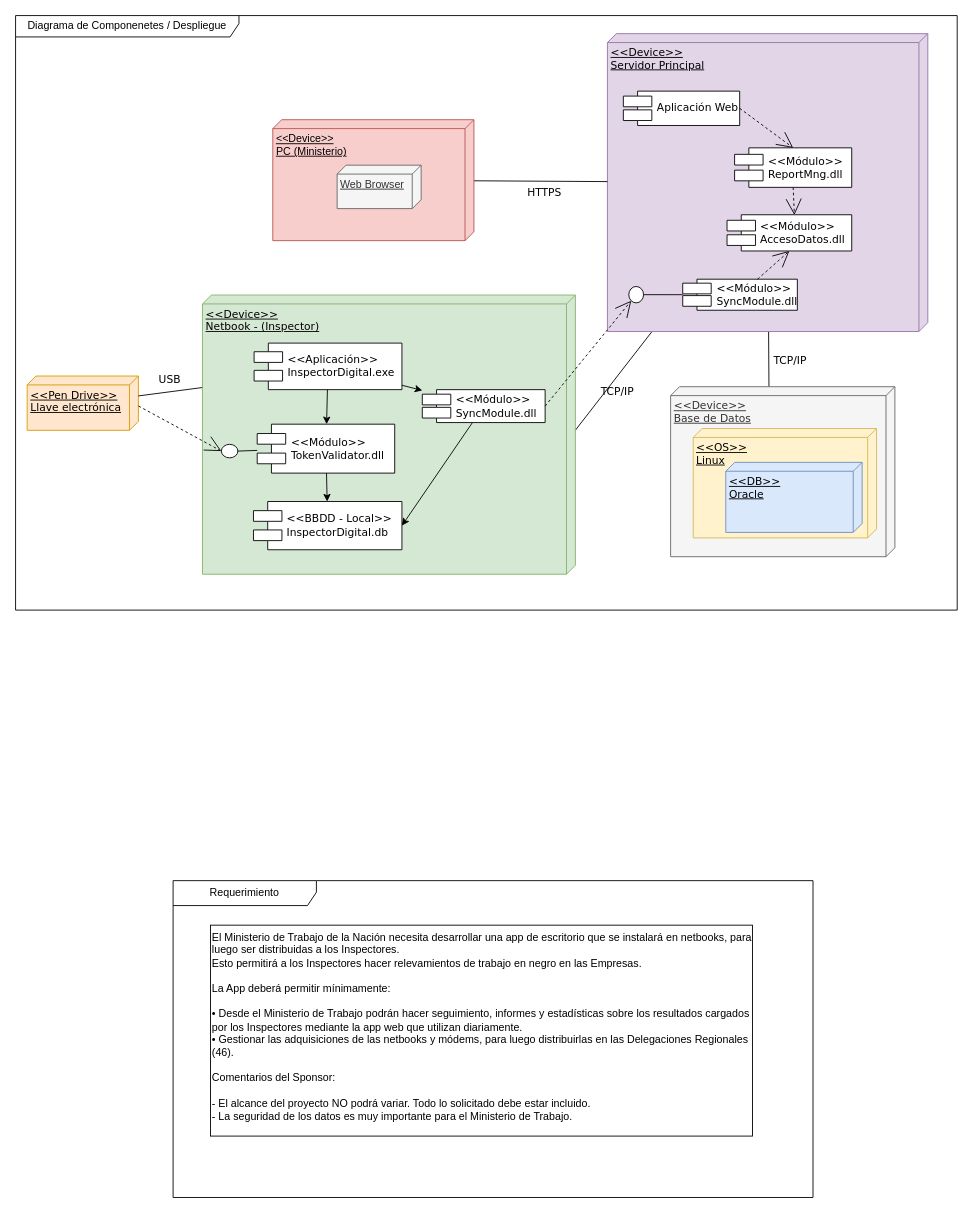
Before: INSPECTOR DIGITAL - COMPONENTS.drawio in jdeiros/TP-Integrador-Gestion2021, a draw.io diagram. Source tidied: cells renumbered, new cells numbered last; positions are measured from the earlier drawing's top-left corner, leaving out a move shared by most shapes. Both pictures are drawn from the tidied source at 89%, with x=0, y=0 at pixel (15, 15).
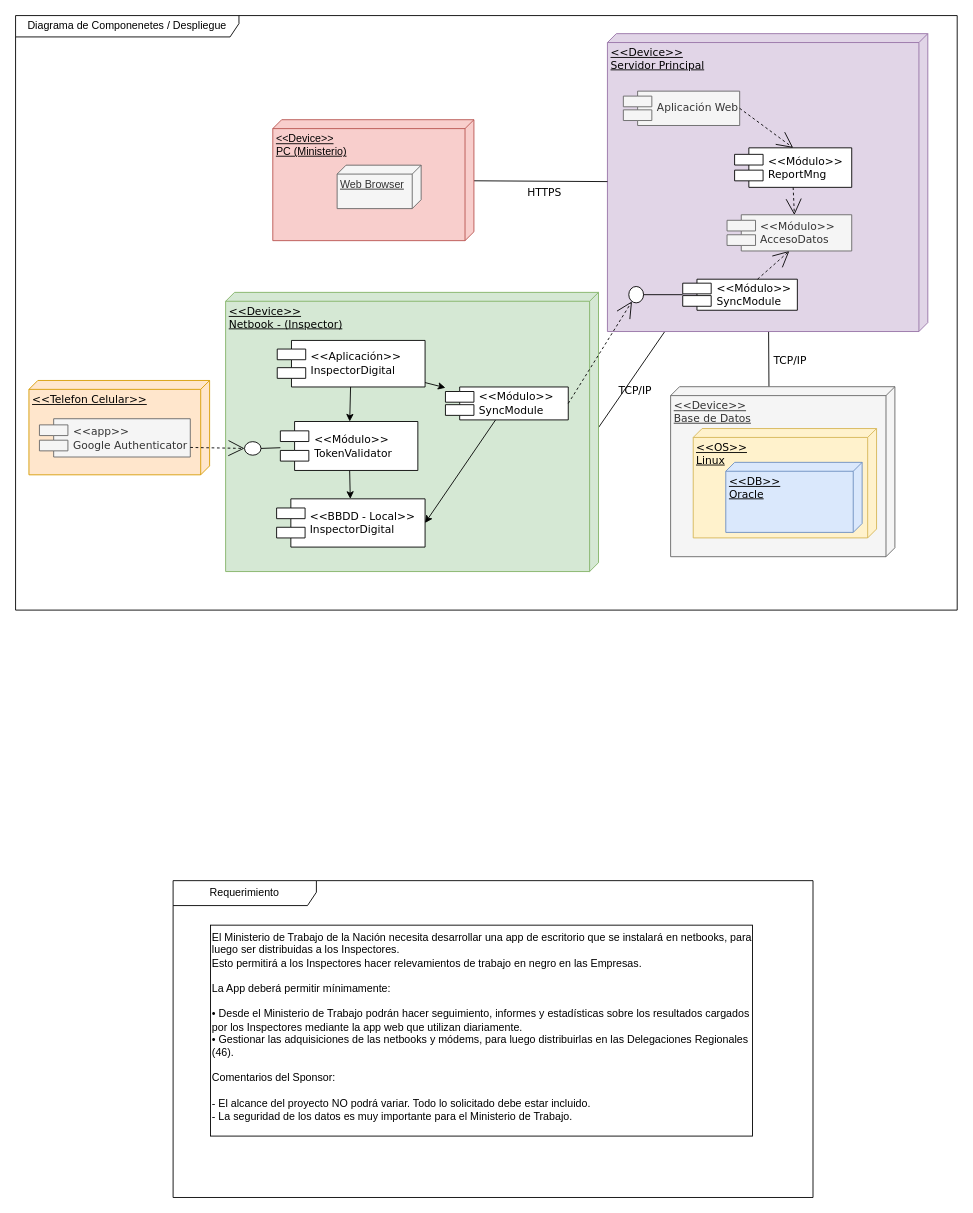
After the change.

The change refers to these unchanged cells:
```xml
<mxCell id="8" style="group;" parent="7" vertex="1">
  <mxGeometry width="313" height="300" as="geometry" />
</mxCell>
<mxCell id="25" style="group;" parent="24" vertex="1">
  <mxGeometry width="419" height="313.7" as="geometry" />
</mxCell>
<mxCell id="30" style="group;" parent="29" vertex="1">
  <mxGeometry width="419" height="313.7" as="geometry" />
</mxCell>
<mxCell id="31" value="&amp;lt;&amp;lt;Device&amp;gt;&amp;gt;&lt;br&gt;Netbook - (Inspector)" style="verticalAlign=top;align=left;spacingTop=8;spacingLeft=2;spacingRight=12;shape=cube;size=10;direction=south;fontStyle=4;html=1;rounded=0;shadow=0;comic=0;labelBackgroundColor=none;strokeWidth=1;fontFamily=Verdana;fontSize=12;fillColor=#d5e8d4;strokeColor=#82b366;" parent="30" vertex="1">
  <mxGeometry width="419" height="313.7" as="geometry" />
</mxCell>
<mxCell id="37" style="ellipse;whiteSpace=wrap;html=1;rounded=0;shadow=0;comic=0;labelBackgroundColor=none;strokeWidth=1;fontFamily=Verdana;fontSize=12;align=center;rotation=-90;" parent="30" vertex="1">
  <mxGeometry x="22.9" y="166.1" width="15.2" height="18.5" as="geometry" />
</mxCell>
```

Diff of the diagram source:
```diff
@@
-    <mxCell id="3" value="&amp;lt;&amp;lt;Pen Drive&amp;gt;&amp;gt;&lt;br&gt;Llave electrónica" style="verticalAlign=top;align=left;spacingTop=8;spacingLeft=2;spacingRight=12;shape=cube;size=10;direction=south;fontStyle=4;html=1;rounded=0;shadow=0;comic=0;labelBackgroundColor=none;strokeWidth=1;fontFamily=Verdana;fontSize=12;fillColor=#ffe6cc;strokeColor=#d79b00;" parent="1" vertex="1">
-      <mxGeometry x="13" y="405" width="125" height="61" as="geometry" />
-    </mxCell>
-    <mxCell id="4" value="USB" style="rounded=0;html=1;labelBackgroundColor=none;startArrow=none;startFill=0;startSize=8;endArrow=none;endFill=0;endSize=16;fontFamily=Verdana;fontSize=12;entryX=0.328;entryY=0.981;entryDx=0;entryDy=0;entryPerimeter=0;" parent="1" edge="1" source="3" target="31">
-      <mxGeometry x="-0.09" y="14" relative="1" as="geometry" />
-    </mxCell>
@@
-    <mxCell id="10" value="&amp;lt;&amp;lt;Módulo&amp;gt;&amp;gt;&lt;br&gt;SyncModule.dll" style="shape=component;align=left;spacingLeft=36;rounded=0;shadow=0;comic=0;labelBackgroundColor=none;strokeWidth=1;fontFamily=Verdana;fontSize=12;html=1;" parent="8" vertex="1">
+    <mxCell id="10" value="&amp;lt;&amp;lt;Módulo&amp;gt;&amp;gt;&lt;br&gt;SyncModule" style="shape=component;align=left;spacingLeft=36;rounded=0;shadow=0;comic=0;labelBackgroundColor=none;strokeWidth=1;fontFamily=Verdana;fontSize=12;html=1;" parent="8" vertex="1">
       <mxGeometry x="37.6" y="241.2" width="128.8" height="34.9" as="geometry" />
     </mxCell>
@@
-    <mxCell id="12" value="&amp;lt;&amp;lt;Módulo&amp;gt;&amp;gt;&lt;br&gt;AccesoDatos.dll" style="shape=component;align=left;spacingLeft=36;rounded=0;shadow=0;comic=0;labelBackgroundColor=none;strokeWidth=1;fontFamily=Verdana;fontSize=12;html=1;" parent="8" vertex="1">
+    <mxCell id="12" value="&amp;lt;&amp;lt;Módulo&amp;gt;&amp;gt;&lt;br&gt;AccesoDatos" style="shape=component;align=left;spacingLeft=36;rounded=0;shadow=0;comic=0;labelBackgroundColor=none;strokeWidth=1;fontFamily=Verdana;fontSize=12;html=1;fillColor=#f5f5f5;strokeColor=#666666;fontColor=#333333;" parent="8" vertex="1">
       <mxGeometry x="87.4" y="168.8" width="140.1" height="40.7" as="geometry" />
     </mxCell>
@@
-    <mxCell id="14" value="Aplicación Web" style="shape=component;align=left;spacingLeft=36;rounded=0;shadow=0;comic=0;labelBackgroundColor=none;strokeWidth=1;fontFamily=Verdana;fontSize=12;html=1;" parent="8" vertex="1">
+    <mxCell id="14" value="Aplicación Web" style="shape=component;align=left;spacingLeft=36;rounded=0;shadow=0;comic=0;labelBackgroundColor=none;strokeWidth=1;fontFamily=Verdana;fontSize=12;html=1;fillColor=#f5f5f5;strokeColor=#666666;fontColor=#333333;" parent="8" vertex="1">
       <mxGeometry x="-29.1" y="29.9" width="130.7" height="38.6" as="geometry" />
     </mxCell>
-    <mxCell id="15" value="&amp;lt;&amp;lt;Módulo&amp;gt;&amp;gt;&lt;br&gt;ReportMng.dll" style="shape=component;align=left;spacingLeft=36;rounded=0;shadow=0;comic=0;labelBackgroundColor=none;strokeWidth=1;fontFamily=Verdana;fontSize=12;html=1;" parent="8" vertex="1">
+    <mxCell id="15" value="&amp;lt;&amp;lt;Módulo&amp;gt;&amp;gt;&lt;br&gt;ReportMng" style="shape=component;align=left;spacingLeft=36;rounded=0;shadow=0;comic=0;labelBackgroundColor=none;strokeWidth=1;fontFamily=Verdana;fontSize=12;html=1;" parent="8" vertex="1">
       <mxGeometry x="95.9" y="93.6" width="131.6" height="44.4" as="geometry" />
     </mxCell>
@@
     <mxCell id="23" style="group;" parent="1" vertex="1">
-      <mxGeometry x="210" y="314" width="419" height="313.7" as="geometry" />
+      <mxGeometry x="231" y="311" width="419" height="313.7" as="geometry" />
     </mxCell>
@@
     <mxCell id="26" style="group;" parent="25" vertex="1">
-      <mxGeometry width="419" height="313.7" as="geometry" />
+      <mxGeometry x="5" width="419" height="313.7" as="geometry" />
     </mxCell>
@@
-    <mxCell id="32" value="&amp;lt;&amp;lt;Aplicación&amp;gt;&amp;gt;&lt;br&gt;InspectorDigital.exe" style="shape=component;align=left;spacingLeft=36;rounded=0;shadow=0;comic=0;labelBackgroundColor=none;strokeWidth=1;fontFamily=Verdana;fontSize=12;html=1;" parent="30" vertex="1">
+    <mxCell id="32" value="&amp;lt;&amp;lt;Aplicación&amp;gt;&amp;gt;&lt;br&gt;InspectorDigital" style="shape=component;align=left;spacingLeft=36;rounded=0;shadow=0;comic=0;labelBackgroundColor=none;strokeWidth=1;fontFamily=Verdana;fontSize=12;html=1;" parent="30" vertex="1">
       <mxGeometry x="58" y="54" width="166.1" height="52.3" as="geometry" />
     </mxCell>
-    <mxCell id="33" value="&amp;lt;&amp;lt;BBDD - Local&amp;gt;&amp;gt;&lt;br&gt;InspectorDigital.db" style="shape=component;align=left;spacingLeft=36;rounded=0;shadow=0;comic=0;labelBackgroundColor=none;strokeWidth=1;fontFamily=Verdana;fontSize=12;html=1;" parent="30" vertex="1">
+    <mxCell id="33" value="&amp;lt;&amp;lt;BBDD - Local&amp;gt;&amp;gt;&lt;br&gt;InspectorDigital" style="shape=component;align=left;spacingLeft=36;rounded=0;shadow=0;comic=0;labelBackgroundColor=none;strokeWidth=1;fontFamily=Verdana;fontSize=12;html=1;" parent="30" vertex="1">
       <mxGeometry x="57.3" y="232" width="166.8" height="54.2" as="geometry" />
     </mxCell>
@@
-    <mxCell id="35" value="&amp;lt;&amp;lt;Módulo&amp;gt;&amp;gt;&lt;br&gt;TokenValidator.dll" style="shape=component;align=left;spacingLeft=36;rounded=0;shadow=0;comic=0;labelBackgroundColor=none;strokeWidth=1;fontFamily=Verdana;fontSize=12;html=1;" parent="30" vertex="1">
+    <mxCell id="35" value="&amp;lt;&amp;lt;Módulo&amp;gt;&amp;gt;&lt;br&gt;TokenValidator" style="shape=component;align=left;spacingLeft=36;rounded=0;shadow=0;comic=0;labelBackgroundColor=none;strokeWidth=1;fontFamily=Verdana;fontSize=12;html=1;" parent="30" vertex="1">
       <mxGeometry x="61.5" y="145.1" width="154.5" height="55" as="geometry" />
     </mxCell>
@@
-    <mxCell id="40" value="&amp;lt;&amp;lt;Módulo&amp;gt;&amp;gt;&lt;br&gt;SyncModule.dll" style="shape=component;align=left;spacingLeft=36;rounded=0;shadow=0;comic=0;labelBackgroundColor=none;strokeWidth=1;fontFamily=Verdana;fontSize=12;html=1;" parent="30" vertex="1">
+    <mxCell id="40" value="&amp;lt;&amp;lt;Módulo&amp;gt;&amp;gt;&lt;br&gt;SyncModule" style="shape=component;align=left;spacingLeft=36;rounded=0;shadow=0;comic=0;labelBackgroundColor=none;strokeWidth=1;fontFamily=Verdana;fontSize=12;html=1;" parent="30" vertex="1">
       <mxGeometry x="247" y="106.3" width="138" height="37" as="geometry" />
     </mxCell>
@@
-    <mxCell id="42" style="edgeStyle=none;rounded=0;html=1;dashed=1;labelBackgroundColor=none;startArrow=none;startFill=0;startSize=8;endArrow=open;endFill=0;endSize=16;fontFamily=Verdana;fontSize=12;entryX=0.5;entryY=0;entryDx=0;entryDy=0;exitX=0.553;exitY=-0.001;exitDx=0;exitDy=0;exitPerimeter=0;" parent="1" edge="1" source="3" target="37">
-      <mxGeometry x="-0.51" y="-1" relative="1" as="geometry" />
-    </mxCell>
@@
+    <mxCell id="51" style="group;" parent="1" vertex="1">
+      <mxGeometry x="15" y="410" width="203" height="106" as="geometry" />
+    </mxCell>
+    <mxCell id="52" style="group;" parent="51" vertex="1">
+      <mxGeometry width="203" height="106" as="geometry" />
+    </mxCell>
+    <mxCell id="3" value="&amp;lt;&amp;lt;Telefon Celular&amp;gt;&amp;gt;&lt;br&gt;" style="verticalAlign=top;align=left;spacingTop=8;spacingLeft=2;spacingRight=12;shape=cube;size=10;direction=south;fontStyle=4;html=1;rounded=0;shadow=0;comic=0;labelBackgroundColor=none;strokeWidth=1;fontFamily=Verdana;fontSize=12;fillColor=#ffe6cc;strokeColor=#d79b00;" parent="52" vertex="1">
+      <mxGeometry width="203" height="106" as="geometry" />
+    </mxCell>
+    <mxCell id="53" value="&amp;lt;&amp;lt;app&amp;gt;&amp;gt;&lt;br&gt;Google Authenticator" style="shape=component;align=left;spacingLeft=36;rounded=0;shadow=0;comic=0;labelBackgroundColor=none;strokeWidth=1;fontFamily=Verdana;fontSize=12;html=1;fillColor=#f5f5f5;strokeColor=#666666;fontColor=#333333;" parent="52" vertex="1">
+      <mxGeometry x="11.8" y="43" width="169.5" height="43" as="geometry" />
+    </mxCell>
+    <mxCell id="42" style="edgeStyle=none;rounded=0;html=1;dashed=1;labelBackgroundColor=none;startArrow=none;startFill=0;startSize=8;endArrow=open;endFill=0;endSize=16;fontFamily=Verdana;fontSize=12;entryX=0.5;entryY=0;entryDx=0;entryDy=0;exitX=1;exitY=0.75;exitDx=0;exitDy=0;" parent="1" edge="1" source="53" target="37">
+      <mxGeometry x="-0.51" y="-1" relative="1" as="geometry" />
+    </mxCell>
```
